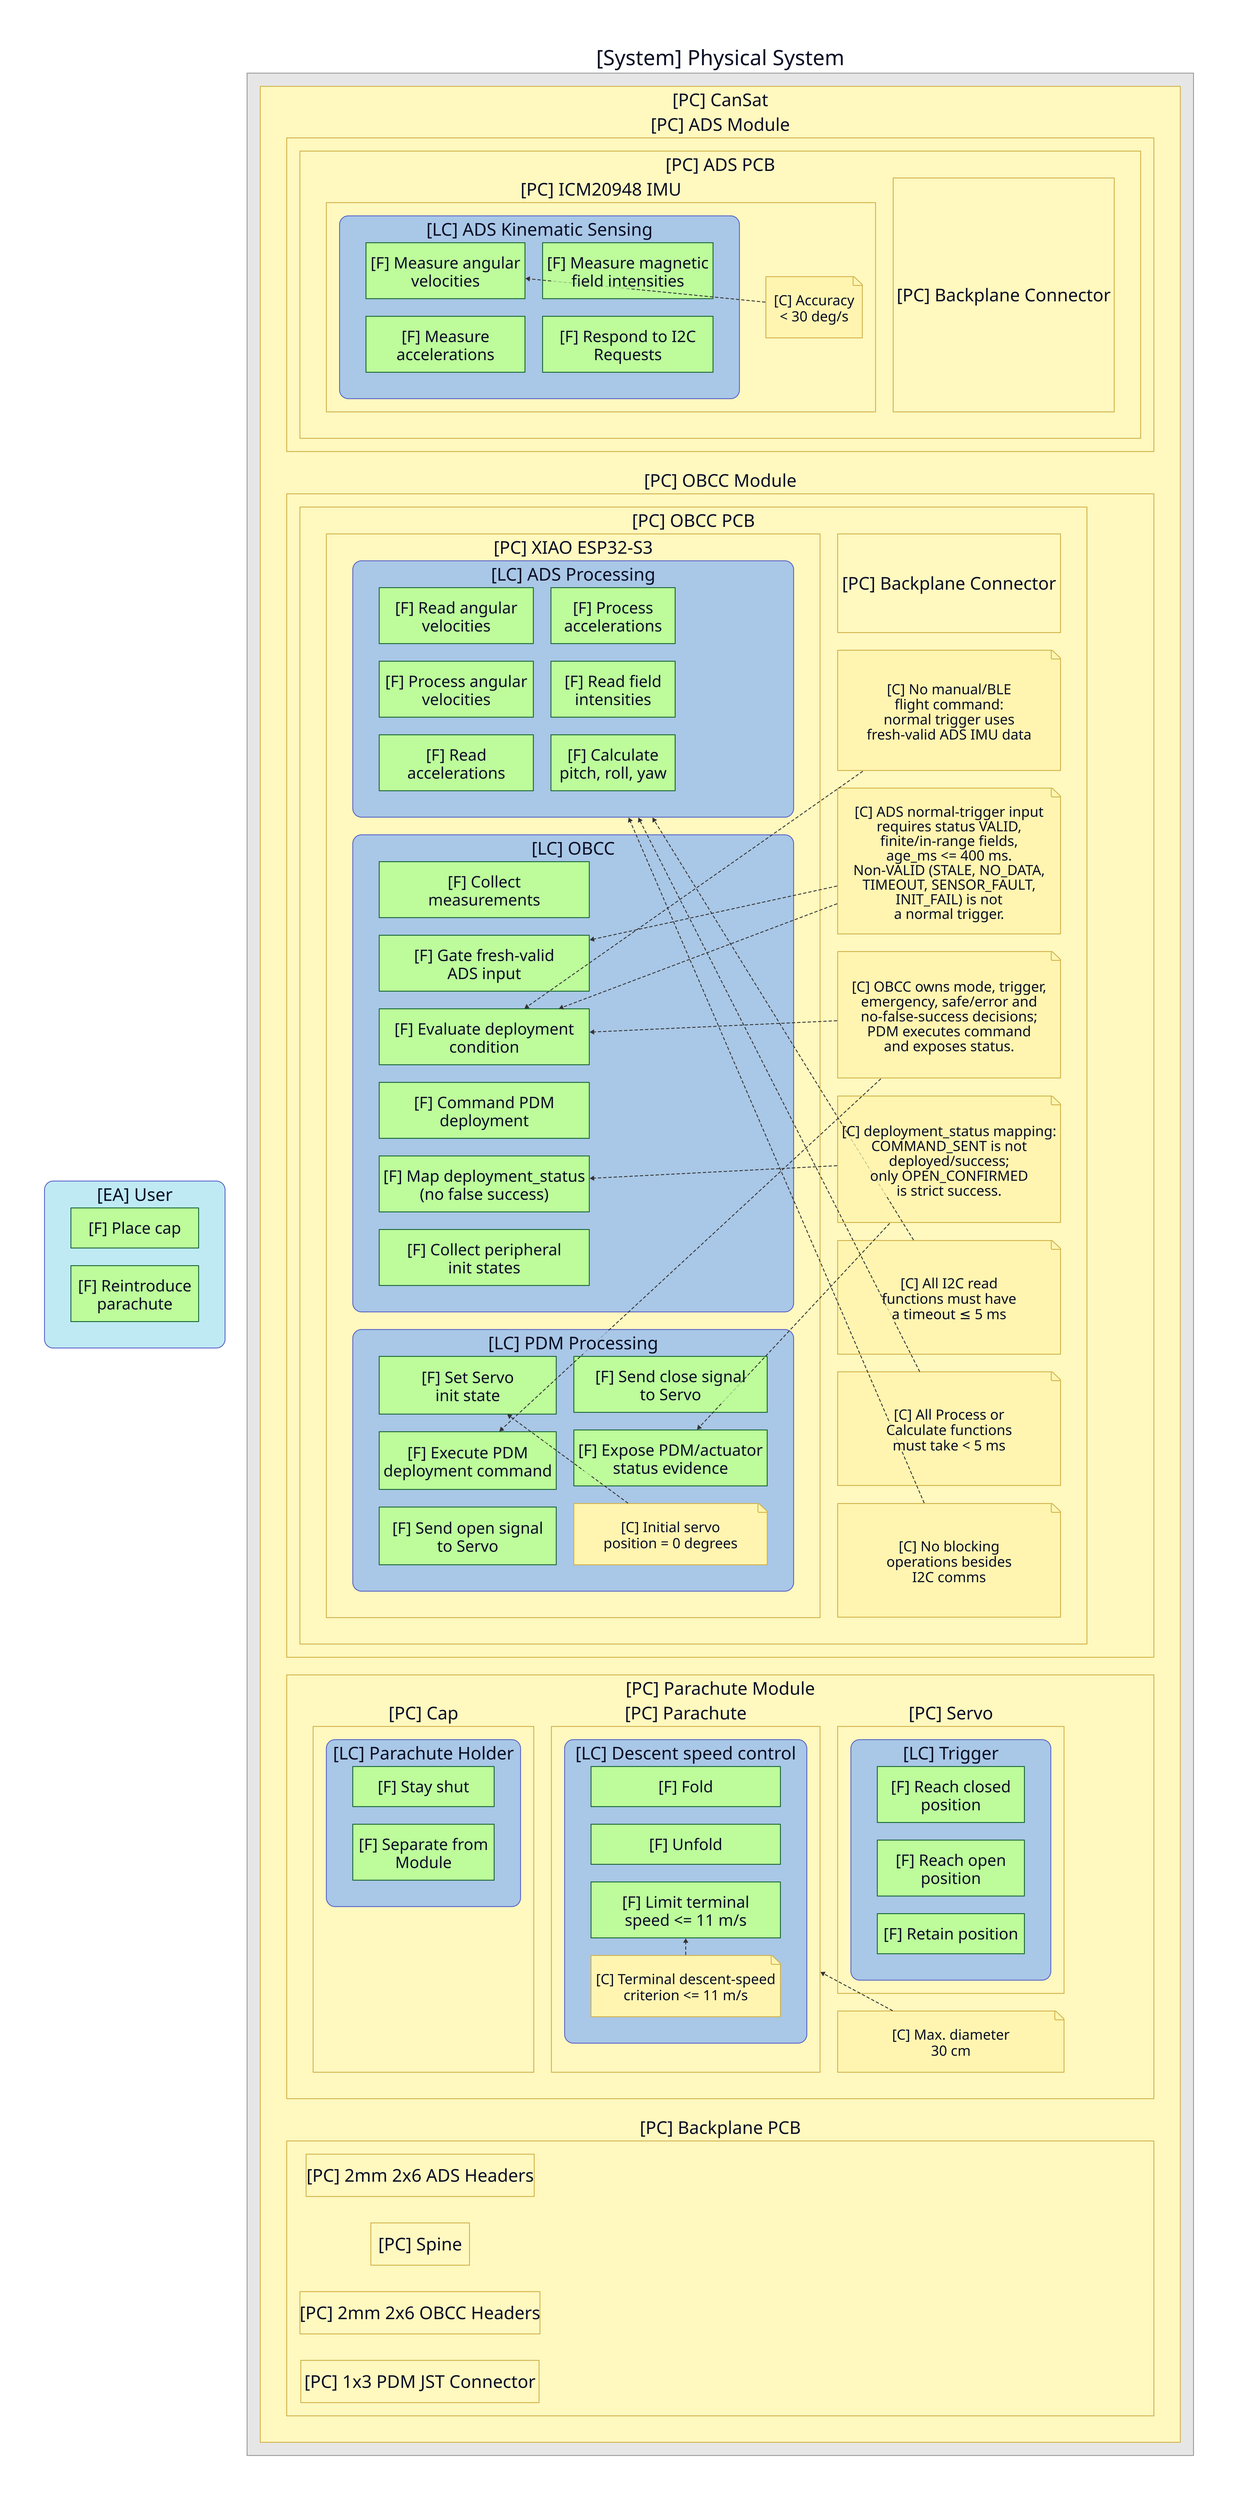
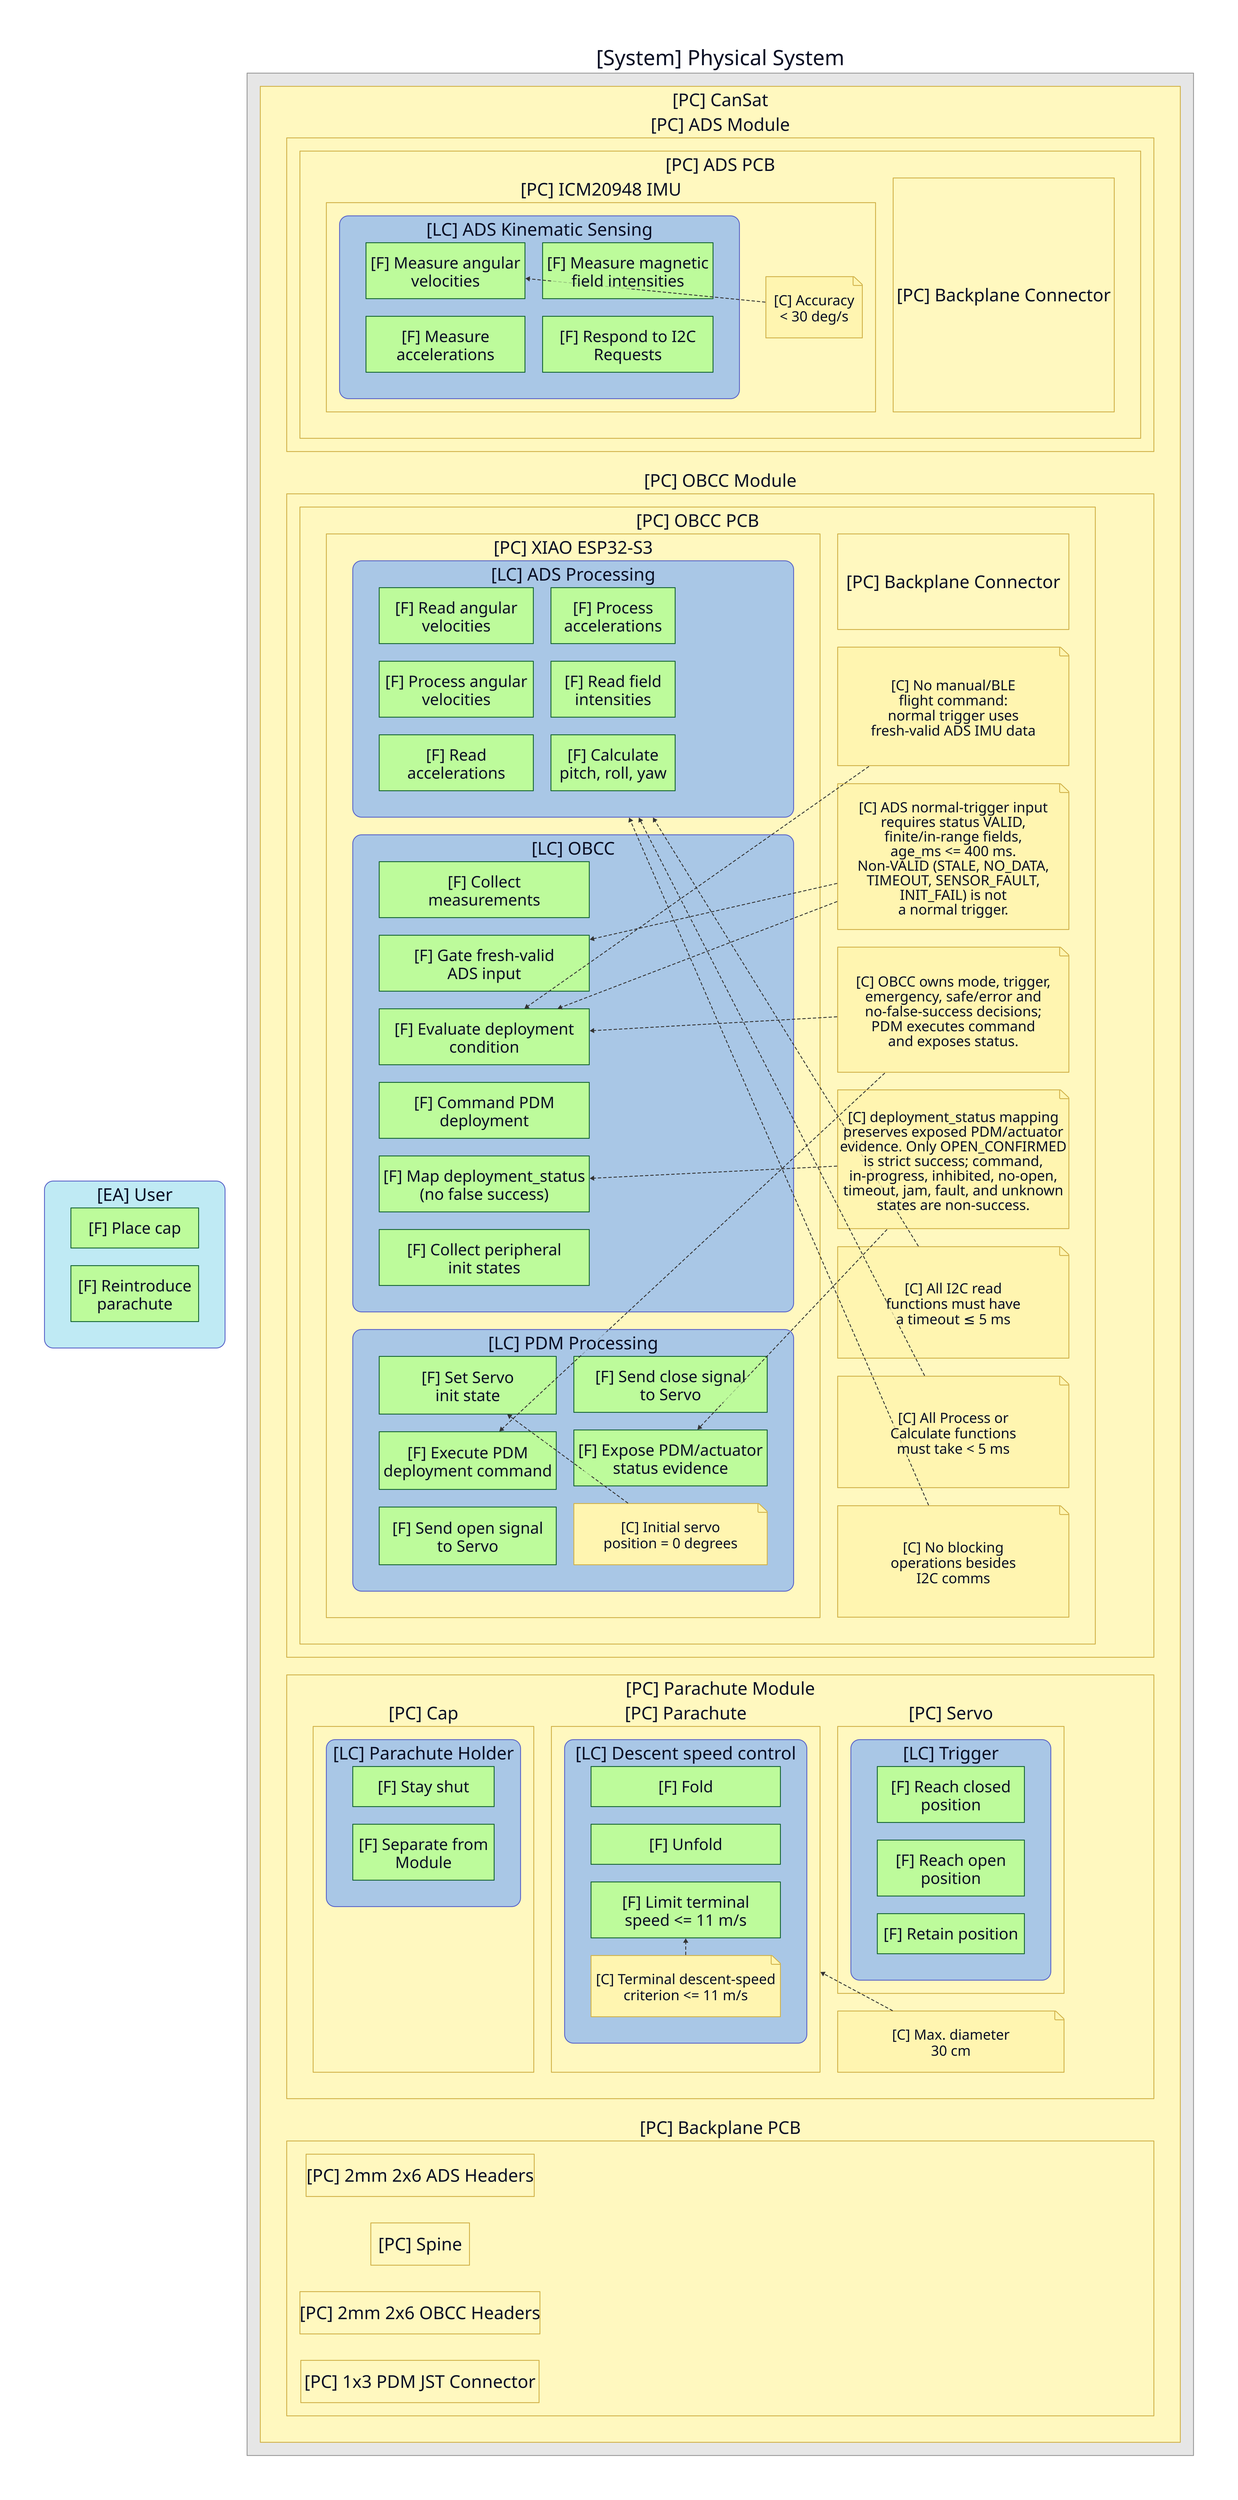
vars: {
  d2-config: {
    layout-engine: elk
  }
}

# PDM v1.0 functional allocation view.
# The parachute deployment trigger is derived from ADS v1.0 IMU data instead
# of a manual/BLE command. ADS context is included only for the IMU-trigger path.
direction: down

classes: {
  func: {
    shape: rectangle
    style: { fill: "#BDFB9B"; stroke: "#166534"; stroke-width: 2; font-size: 36 }
  }
  lc: {
    style: {
      fill: "#A9C7E6"; stroke: "#5B65C9"; stroke-width: 2
      border-radius: 20; font-size: 40
    }
  }
  pc: {
    style: { fill: "#FFF8BF"; stroke: "#D1B24A"; stroke-width: 2; font-size: 40 }
  }
  sys: {
    style: { fill: "#E6E6E6"; stroke: "#9A9A9A"; stroke-width: 2; font-size: 48 }
  }
  ea: {
    shape: rectangle
    style: {
      fill: "#BFEAF4"; stroke: "#5B65C9"; stroke-width: 2
      border-radius: 20; font-size: 40
    }
  }
  note: { style: { fill: "#FFF5B0"; stroke: "#D1B24A"; font-size: 32 } }
  chain: {
    style: {
      fill: "#FFFFFF"; stroke: "#D1B24A"; stroke-width: 2
      border-radius: 20; font-size: 36
    }
  }
  fe:   { style: { stroke: "#1F7A4D"; font-color: "#1F7A4D"; stroke-width: 2; font-size: 30 } }
  ce:   { style: { stroke: "#5B65C9"; font-color: "#5B65C9"; stroke-width: 2; font-size: 30 } }
  pl:   { style: { stroke: "#E11D28"; font-color: "#E11D28"; stroke-width: 2; font-size: 30 } }
  cstr: { style: { stroke: "#333333"; stroke-dash: 3; font-size: 26 } }
}

user: "[EA] User" {
  class: ea
  direction: down
  grid-columns: 1

  place_cap: "[F] Place cap" { class: func }
  reintroduce_parachute: "[F] Reintroduce\nparachute" { class: func }
}

system: "[System] Physical System" {
  class: sys
  direction: down

  cansat: "[PC] CanSat" {
    class: pc
    direction: down
    grid-columns: 1

    ads_module: "[PC] ADS Module" {
      class: pc
      direction: down

      ads_pcb: "[PC] ADS PCB" {
        class: pc
        direction: down
        grid-columns: 2

        imu: "[PC] ICM20948 IMU" {
          class: pc
          direction: down

          ads_kinematic_sensing: "[LC] ADS Kinematic Sensing" {
            class: lc
            direction: down
            grid-columns: 2

            measure_angular_velocities: "[F] Measure angular\nvelocities" { class: func }
            measure_accelerations: "[F] Measure\naccelerations" { class: func }
            measure_magnetic_field_intensities: "[F] Measure magnetic\nfield intensities" { class: func }
            respond_i2c_requests: "[F] Respond to I2C\nRequests" { class: func }
          }

          note_accuracy_angular_rate: "[C] Accuracy\n< 30 deg/s" { class: note; shape: page }
        }

        ads_backplane_connector: "[PC] Backplane Connector" { class: pc }
      }
    }

    obcc_module: "[PC] OBCC Module" {
      class: pc
      direction: down

      obcc_pcb: "[PC] OBCC PCB" {
        class: pc
        direction: down
        grid-columns: 2

        xiao: "[PC] XIAO ESP32-S3" {
          class: pc
          direction: down
          grid-columns: 1

          ads_processing: "[LC] ADS Processing" {
            class: lc
            direction: down
            grid-columns: 2

            read_angular_velocities: "[F] Read angular\nvelocities" { class: func }
            process_angular_velocities: "[F] Process angular\nvelocities" { class: func }
            read_accelerations: "[F] Read\naccelerations" { class: func }
            process_accelerations: "[F] Process\naccelerations" { class: func }
            read_field_intensities: "[F] Read field\nintensities" { class: func }
            calculate_pitch_roll_yaw: "[F] Calculate\npitch, roll, yaw" { class: func }
          }

          obcc: "[LC] OBCC" {
            class: lc
            direction: down
            grid-columns: 1

            collect_measurements: "[F] Collect\nmeasurements" { class: func }
            gate_fresh_valid_ads_input: "[F] Gate fresh-valid\nADS input" { class: func }
            evaluate_deployment_condition: "[F] Evaluate deployment\ncondition" { class: func }
            command_pdm_deployment: "[F] Command PDM\ndeployment" { class: func }
            map_deployment_status: "[F] Map deployment_status\n(no false success)" { class: func }
            collect_peripheral_init_states: "[F] Collect peripheral\ninit states" { class: func }
          }

          pdm_processing: "[LC] PDM Processing" {
            class: lc
            direction: down
            grid-columns: 2

            set_servo_init_state: "[F] Set Servo\ninit state" { class: func }
            execute_deployment_command: "[F] Execute PDM\ndeployment command" { class: func }
            send_open_signal_to_servo: "[F] Send open signal\nto Servo" { class: func }
            send_close_signal_to_servo: "[F] Send close signal\nto Servo" { class: func }
            expose_status_evidence: "[F] Expose PDM/actuator\nstatus evidence" { class: func }
            note_servo_initial_position: "[C] Initial servo\nposition = 0 degrees" { class: note; shape: page }
          }
        }

        obcc_backplane_connector: "[PC] Backplane Connector" { class: pc }

        note_imu_trigger: "[C] No manual/BLE\nflight command:\nnormal trigger uses\nfresh-valid ADS IMU data" { class: note; shape: page }
        note_ads_freshness: "[C] ADS normal-trigger input\nrequires status VALID,\nfinite/in-range fields,\nage_ms <= 400 ms.\nNon-VALID (STALE, NO_DATA,\nTIMEOUT, SENSOR_FAULT,\nINIT_FAIL) is not\na normal trigger." { class: note; shape: page }
        note_obcc_policy_boundary: "[C] OBCC owns mode, trigger,\nemergency, safe/error and\nno-false-success decisions;\nPDM executes command\nand exposes status." { class: note; shape: page }
-         note_status_mapping: "[C] deployment_status mapping:\nCOMMAND_SENT is not\ndeployed/success;\nonly OPEN_CONFIRMED\nis strict success." { class: note; shape: page }
+         note_status_mapping: "[C] deployment_status mapping\npreserves exposed PDM/actuator\nevidence. Only OPEN_CONFIRMED\nis strict success; command,\nin-progress, inhibited, no-open,\ntimeout, jam, fault, and unknown\nstates are non-success." { class: note; shape: page }
        note_i2c_timeout: "[C] All I2C read\nfunctions must have\na timeout ≤ 5 ms" { class: note; shape: page }
        note_process_time: "[C] All Process or\nCalculate functions\nmust take < 5 ms" { class: note; shape: page }
        note_no_blocking: "[C] No blocking\noperations besides\nI2C comms" { class: note; shape: page }
      }
    }

    parachute_module: "[PC] Parachute Module" {
      class: pc
      direction: down
      grid-columns: 3

      cap: "[PC] Cap" {
        class: pc
        direction: down

        parachute_holder: "[LC] Parachute Holder" {
          class: lc
          direction: down
          grid-columns: 1

          stay_shut: "[F] Stay shut" { class: func }
          separate_from_module: "[F] Separate from\nModule" { class: func }
        }
      }

      parachute: "[PC] Parachute" {
        class: pc
        direction: down

        descent_speed_control: "[LC] Descent speed control" {
          class: lc
          direction: down
          grid-columns: 1

          fold: "[F] Fold" { class: func }
          unfold: "[F] Unfold" { class: func }
          limit_terminal_speed: "[F] Limit terminal\nspeed <= 11 m/s" { class: func }
          note_terminal_speed_11ms: "[C] Terminal descent-speed\ncriterion <= 11 m/s" { class: note; shape: page }
        }
      }

      servo: "[PC] Servo" {
        class: pc
        direction: down

        trigger: "[LC] Trigger" {
          class: lc
          direction: down
          grid-columns: 1

          reach_closed_position: "[F] Reach closed\nposition" { class: func }
          reach_open_position: "[F] Reach open\nposition" { class: func }
          retain_position: "[F] Retain position" { class: func }
        }
      }

      max_diameter_30cm: "[C] Max. diameter\n30 cm" { class: note; shape: page }
    }

    backplane_pcb: "[PC] Backplane PCB" {
      class: pc
      direction: right

      ads_headers: "[PC] 2mm 2x6 ADS Headers" { class: pc }
      spine: "[PC] Spine" { class: pc }
      obcc_headers: "[PC] 2mm 2x6 OBCC Headers" { class: pc }
      pdm_jst_connector: "[PC] 1x3 PDM JST Connector" { class: pc }
    }
  }
}

system.cansat.parachute_module.max_diameter_30cm -> system.cansat.parachute_module.parachute { class: cstr }
system.cansat.parachute_module.parachute.descent_speed_control.note_terminal_speed_11ms -> system.cansat.parachute_module.parachute.descent_speed_control.limit_terminal_speed { class: cstr }

system.cansat.ads_module.ads_pcb.imu.note_accuracy_angular_rate -> system.cansat.ads_module.ads_pcb.imu.ads_kinematic_sensing.measure_angular_velocities { class: cstr }
system.cansat.obcc_module.obcc_pcb.note_imu_trigger -> system.cansat.obcc_module.obcc_pcb.xiao.obcc.evaluate_deployment_condition { class: cstr }
system.cansat.obcc_module.obcc_pcb.note_ads_freshness -> system.cansat.obcc_module.obcc_pcb.xiao.obcc.gate_fresh_valid_ads_input { class: cstr }
system.cansat.obcc_module.obcc_pcb.note_ads_freshness -> system.cansat.obcc_module.obcc_pcb.xiao.obcc.evaluate_deployment_condition { class: cstr }
system.cansat.obcc_module.obcc_pcb.note_obcc_policy_boundary -> system.cansat.obcc_module.obcc_pcb.xiao.obcc.evaluate_deployment_condition { class: cstr }
system.cansat.obcc_module.obcc_pcb.note_obcc_policy_boundary -> system.cansat.obcc_module.obcc_pcb.xiao.pdm_processing.execute_deployment_command { class: cstr }
system.cansat.obcc_module.obcc_pcb.note_status_mapping -> system.cansat.obcc_module.obcc_pcb.xiao.pdm_processing.expose_status_evidence { class: cstr }
system.cansat.obcc_module.obcc_pcb.note_status_mapping -> system.cansat.obcc_module.obcc_pcb.xiao.obcc.map_deployment_status { class: cstr }
system.cansat.obcc_module.obcc_pcb.xiao.pdm_processing.note_servo_initial_position -> system.cansat.obcc_module.obcc_pcb.xiao.pdm_processing.set_servo_init_state { class: cstr }
system.cansat.obcc_module.obcc_pcb.note_i2c_timeout -> system.cansat.obcc_module.obcc_pcb.xiao.ads_processing { class: cstr }
system.cansat.obcc_module.obcc_pcb.note_process_time -> system.cansat.obcc_module.obcc_pcb.xiao.ads_processing { class: cstr }
system.cansat.obcc_module.obcc_pcb.note_no_blocking -> system.cansat.obcc_module.obcc_pcb.xiao.ads_processing { class: cstr }

# Layout-only edge keeps the user preparation functions near the parachute context.
# It carries no Capella semantics.
user -> system.cansat.parachute_module { style: { opacity: 0 } }
